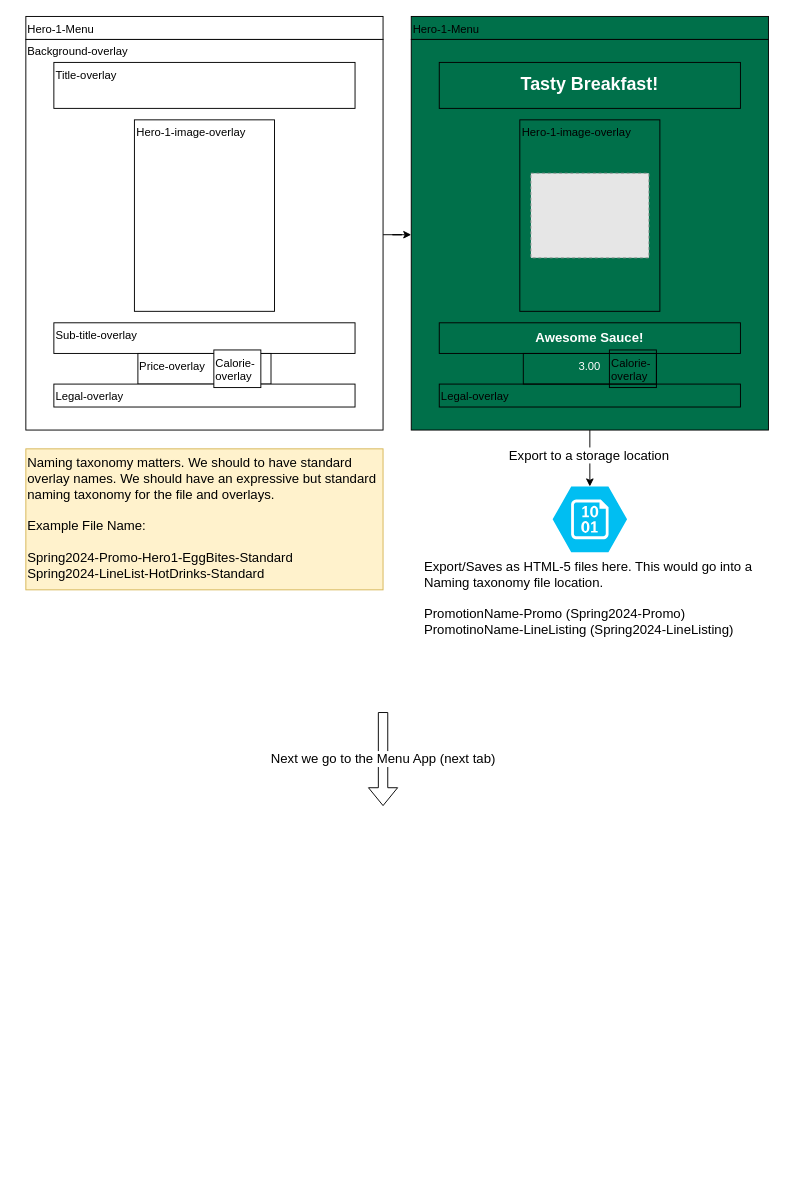
Before: page "Creative Ops Tool" (1 of 4) of digital.drawio in mc-ren/diagrams, a draw.io diagram. Source tidied: cells renumbered, new cells numbered last; positions are measured from the earlier drawing's top-left corner, leaving out a move shared by most shapes. Both pictures are drawn from the tidied source at 94%, with x=0, y=0 at pixel (25, 16). Pictures stored in the file or linked from it are replaced by grey dashed boxes.
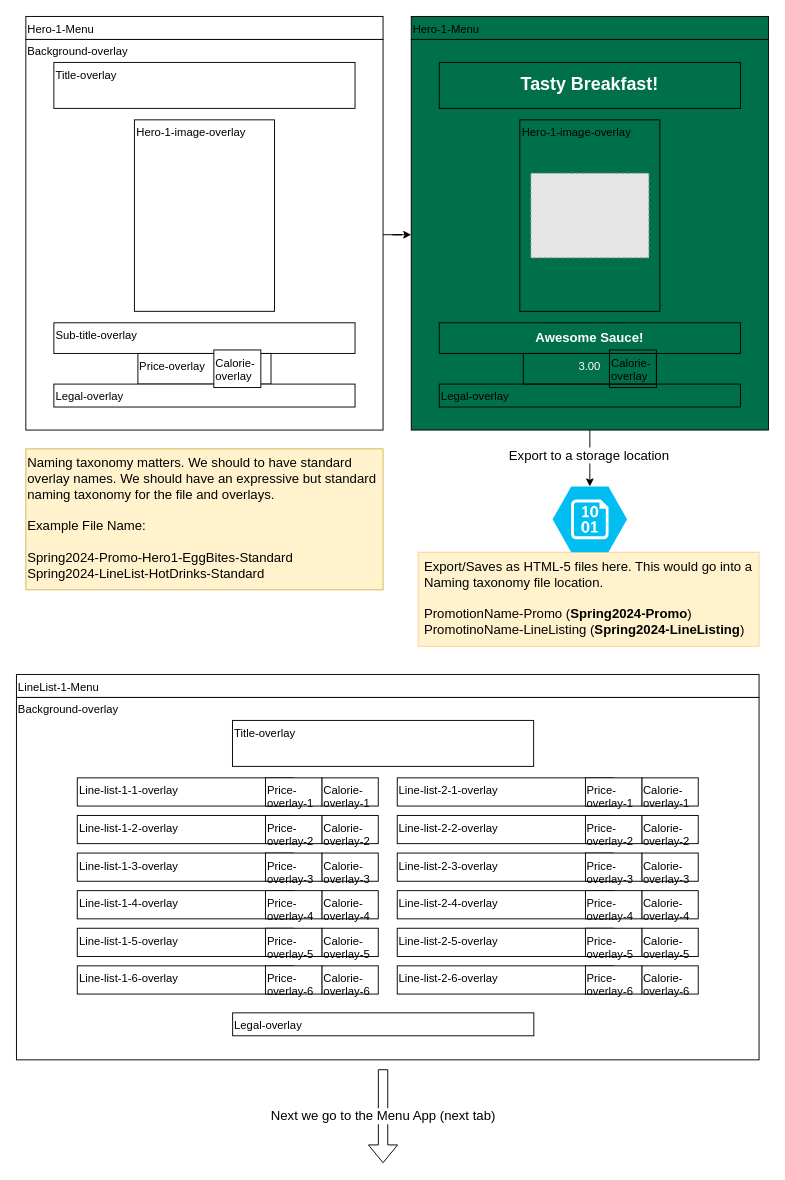
After the change.

What changed in the source:
```diff
@@
-    <mxCell id="22" value="&lt;font color=&quot;#000000&quot;&gt;Export/Saves as HTML-5 files here. This would go into a&amp;nbsp;&lt;br&gt;&lt;div style=&quot;text-align: left;&quot;&gt;&lt;span style=&quot;background-color: initial;&quot;&gt;Naming taxonomy file location.&lt;/span&gt;&lt;/div&gt;&lt;div style=&quot;text-align: left;&quot;&gt;&lt;span style=&quot;background-color: initial;&quot;&gt;&lt;br&gt;&lt;/span&gt;&lt;/div&gt;&lt;div style=&quot;text-align: left;&quot;&gt;&lt;span style=&quot;background-color: initial;&quot;&gt;PromotionName-Promo (Spring2024-Promo)&lt;/span&gt;&lt;/div&gt;&lt;div style=&quot;text-align: left;&quot;&gt;&lt;span style=&quot;background-color: initial;&quot;&gt;PromotinoName-LineListing (Spring2024-LineListing)&lt;/span&gt;&lt;/div&gt;&lt;/font&gt;" style="verticalLabelPosition=bottom;html=1;verticalAlign=top;align=center;strokeColor=none;fillColor=#00BEF2;shape=mxgraph.azure.storage_blob;fontSize=14;fontColor=#FFFFFF;" parent="1" vertex="1">
-      <mxGeometry x="560.4" y="500" width="79.2" height="70" as="geometry" />
-    </mxCell>
@@
     <mxCell id="24" value="Next we go to the Menu App (next tab)" style="shape=flexArrow;endArrow=classic;html=1;rounded=0;fontSize=14;fontColor=#000000;" parent="1" edge="1">
       <mxGeometry relative="1" as="geometry">
-        <mxPoint x="380" y="740" as="sourcePoint" />
-        <mxPoint x="380" y="840" as="targetPoint" />
+        <mxPoint x="380" y="1120" as="sourcePoint" />
+        <mxPoint x="380" y="1220" as="targetPoint" />
       </mxGeometry>
     </mxCell>
+    <mxCell id="25" value="Background-overlay" style="rounded=0;whiteSpace=wrap;html=1;verticalAlign=top;align=left;" parent="1" vertex="1">
+      <mxGeometry x="-10" y="724.4" width="790" height="385.6" as="geometry" />
+    </mxCell>
+    <mxCell id="26" value="Title-overlay" style="rounded=0;whiteSpace=wrap;html=1;verticalAlign=top;align=left;" parent="1" vertex="1">
+      <mxGeometry x="219.8" y="748.9" width="320.4" height="48.9" as="geometry" />
+    </mxCell>
+    <mxCell id="27" value="LineList-1-Menu" style="rounded=0;whiteSpace=wrap;html=1;verticalAlign=top;align=left;" parent="1" vertex="1">
+      <mxGeometry x="-10" y="700" width="790" height="24.4" as="geometry" />
+    </mxCell>
+    <mxCell id="28" value="Line-list-1-1-overlay" style="rounded=0;whiteSpace=wrap;html=1;verticalAlign=top;align=left;" parent="1" vertex="1">
+      <mxGeometry x="54.7" y="810" width="230" height="30" as="geometry" />
+    </mxCell>
+    <mxCell id="29" value="Legal-overlay" style="rounded=0;whiteSpace=wrap;html=1;verticalAlign=top;align=left;" parent="1" vertex="1">
+      <mxGeometry x="220" y="1060" width="320.4" height="24.4" as="geometry" />
+    </mxCell>
+    <mxCell id="30" value="Calorie-overlay-1" style="rounded=0;whiteSpace=wrap;html=1;verticalAlign=top;align=left;" parent="1" vertex="1">
+      <mxGeometry x="314.9" y="810" width="60" height="30" as="geometry" />
+    </mxCell>
+    <mxCell id="31" value="Price-overlay-1" style="rounded=0;whiteSpace=wrap;html=1;verticalAlign=top;align=left;" parent="1" vertex="1">
+      <mxGeometry x="254.9" y="810" width="60" height="30" as="geometry" />
+    </mxCell>
+    <mxCell id="32" value="Line-list-1-2-overlay" style="rounded=0;whiteSpace=wrap;html=1;verticalAlign=top;align=left;" parent="1" vertex="1">
+      <mxGeometry x="54.7" y="850" width="230" height="30" as="geometry" />
+    </mxCell>
+    <mxCell id="33" value="Calorie-overlay-2" style="rounded=0;whiteSpace=wrap;html=1;verticalAlign=top;align=left;" parent="1" vertex="1">
+      <mxGeometry x="314.9" y="850" width="60" height="30" as="geometry" />
+    </mxCell>
+    <mxCell id="34" value="Price-overlay-2" style="rounded=0;whiteSpace=wrap;html=1;verticalAlign=top;align=left;" parent="1" vertex="1">
+      <mxGeometry x="254.9" y="850" width="60" height="30" as="geometry" />
+    </mxCell>
+    <mxCell id="35" value="Line-list-1-3-overlay" style="rounded=0;whiteSpace=wrap;html=1;verticalAlign=top;align=left;" parent="1" vertex="1">
+      <mxGeometry x="54.7" y="890" width="230" height="30" as="geometry" />
+    </mxCell>
+    <mxCell id="36" value="Calorie-overlay-3" style="rounded=0;whiteSpace=wrap;html=1;verticalAlign=top;align=left;" parent="1" vertex="1">
+      <mxGeometry x="314.9" y="890" width="60" height="30" as="geometry" />
+    </mxCell>
+    <mxCell id="37" value="Price-overlay-3" style="rounded=0;whiteSpace=wrap;html=1;verticalAlign=top;align=left;" parent="1" vertex="1">
+      <mxGeometry x="254.9" y="890" width="60" height="30" as="geometry" />
+    </mxCell>
+    <mxCell id="38" value="Line-list-1-4-overlay" style="rounded=0;whiteSpace=wrap;html=1;verticalAlign=top;align=left;" parent="1" vertex="1">
+      <mxGeometry x="54.7" y="930" width="230" height="30" as="geometry" />
+    </mxCell>
+    <mxCell id="39" value="Calorie-overlay-4" style="rounded=0;whiteSpace=wrap;html=1;verticalAlign=top;align=left;" parent="1" vertex="1">
+      <mxGeometry x="314.9" y="930" width="60" height="30" as="geometry" />
+    </mxCell>
+    <mxCell id="40" value="Price-overlay-4" style="rounded=0;whiteSpace=wrap;html=1;verticalAlign=top;align=left;" parent="1" vertex="1">
+      <mxGeometry x="254.9" y="930" width="60" height="30" as="geometry" />
+    </mxCell>
+    <mxCell id="41" value="Line-list-1-5-overlay" style="rounded=0;whiteSpace=wrap;html=1;verticalAlign=top;align=left;" parent="1" vertex="1">
+      <mxGeometry x="54.7" y="970" width="230" height="30" as="geometry" />
+    </mxCell>
+    <mxCell id="42" value="Calorie-overlay-5" style="rounded=0;whiteSpace=wrap;html=1;verticalAlign=top;align=left;" parent="1" vertex="1">
+      <mxGeometry x="314.9" y="970" width="60" height="30" as="geometry" />
+    </mxCell>
+    <mxCell id="43" value="Price-overlay-5" style="rounded=0;whiteSpace=wrap;html=1;verticalAlign=top;align=left;" parent="1" vertex="1">
+      <mxGeometry x="254.9" y="970" width="60" height="30" as="geometry" />
+    </mxCell>
+    <mxCell id="44" value="Line-list-1-6-overlay" style="rounded=0;whiteSpace=wrap;html=1;verticalAlign=top;align=left;" parent="1" vertex="1">
+      <mxGeometry x="54.7" y="1010" width="230" height="30" as="geometry" />
+    </mxCell>
+    <mxCell id="45" style="rounded=0;whiteSpace=wrap;html=1;labelBackgroundColor=#FFFFFF;labelBorderColor=none;strokeColor=#FFCC99;fontSize=14;fontColor=#000000;fillColor=#FFF2CC;" parent="1" vertex="1">
+      <mxGeometry x="417.3" y="570" width="362.7" height="100" as="geometry" />
+    </mxCell>
+    <mxCell id="46" value="Calorie-overlay-6" style="rounded=0;whiteSpace=wrap;html=1;verticalAlign=top;align=left;" parent="1" vertex="1">
+      <mxGeometry x="314.9" y="1010" width="60" height="30" as="geometry" />
+    </mxCell>
+    <mxCell id="47" value="Price-overlay-6" style="rounded=0;whiteSpace=wrap;html=1;verticalAlign=top;align=left;" parent="1" vertex="1">
+      <mxGeometry x="254.9" y="1010" width="60" height="30" as="geometry" />
+    </mxCell>
+    <mxCell id="22" value="&lt;font style=&quot;&quot; color=&quot;#000000&quot;&gt;Export/Saves as HTML-5 files here. This would go into a&amp;nbsp;&lt;br&gt;&lt;div style=&quot;text-align: left;&quot;&gt;Naming taxonomy file location.&lt;/div&gt;&lt;div style=&quot;text-align: left;&quot;&gt;&lt;br&gt;&lt;/div&gt;&lt;div style=&quot;text-align: left;&quot;&gt;PromotionName-Promo (&lt;b&gt;Spring2024-Promo&lt;/b&gt;)&lt;/div&gt;&lt;div style=&quot;text-align: left;&quot;&gt;PromotinoName-LineListing (&lt;b&gt;Spring2024-LineListing&lt;/b&gt;)&lt;/div&gt;&lt;/font&gt;" style="verticalLabelPosition=bottom;html=1;verticalAlign=top;align=center;strokeColor=none;fillColor=#00BEF2;shape=mxgraph.azure.storage_blob;fontSize=14;fontColor=#FFFFFF;" parent="1" vertex="1">
+      <mxGeometry x="560.4" y="500" width="79.2" height="70" as="geometry" />
+    </mxCell>
+    <mxCell id="48" value="Line-list-2-1-overlay" style="rounded=0;whiteSpace=wrap;html=1;verticalAlign=top;align=left;" parent="1" vertex="1">
+      <mxGeometry x="395.1" y="810" width="230" height="30" as="geometry" />
+    </mxCell>
+    <mxCell id="49" value="Calorie-overlay-1" style="rounded=0;whiteSpace=wrap;html=1;verticalAlign=top;align=left;" parent="1" vertex="1">
+      <mxGeometry x="655.3" y="810" width="60" height="30" as="geometry" />
+    </mxCell>
+    <mxCell id="50" value="Price-overlay-1" style="rounded=0;whiteSpace=wrap;html=1;verticalAlign=top;align=left;" parent="1" vertex="1">
+      <mxGeometry x="595.3" y="810" width="60" height="30" as="geometry" />
+    </mxCell>
+    <mxCell id="51" value="Line-list-2-2-overlay" style="rounded=0;whiteSpace=wrap;html=1;verticalAlign=top;align=left;" parent="1" vertex="1">
+      <mxGeometry x="395.1" y="850" width="230" height="30" as="geometry" />
+    </mxCell>
+    <mxCell id="52" value="Calorie-overlay-2" style="rounded=0;whiteSpace=wrap;html=1;verticalAlign=top;align=left;" parent="1" vertex="1">
+      <mxGeometry x="655.3" y="850" width="60" height="30" as="geometry" />
+    </mxCell>
+    <mxCell id="53" value="Price-overlay-2" style="rounded=0;whiteSpace=wrap;html=1;verticalAlign=top;align=left;" parent="1" vertex="1">
+      <mxGeometry x="595.3" y="850" width="60" height="30" as="geometry" />
+    </mxCell>
+    <mxCell id="54" value="Line-list-2-3-overlay" style="rounded=0;whiteSpace=wrap;html=1;verticalAlign=top;align=left;" parent="1" vertex="1">
+      <mxGeometry x="395.1" y="890" width="230" height="30" as="geometry" />
+    </mxCell>
+    <mxCell id="55" value="Calorie-overlay-3" style="rounded=0;whiteSpace=wrap;html=1;verticalAlign=top;align=left;" parent="1" vertex="1">
+      <mxGeometry x="655.3" y="890" width="60" height="30" as="geometry" />
+    </mxCell>
+    <mxCell id="56" value="Price-overlay-3" style="rounded=0;whiteSpace=wrap;html=1;verticalAlign=top;align=left;" parent="1" vertex="1">
+      <mxGeometry x="595.3" y="890" width="60" height="30" as="geometry" />
+    </mxCell>
+    <mxCell id="57" value="Line-list-2-4-overlay" style="rounded=0;whiteSpace=wrap;html=1;verticalAlign=top;align=left;" parent="1" vertex="1">
+      <mxGeometry x="395.1" y="930" width="230" height="30" as="geometry" />
+    </mxCell>
+    <mxCell id="58" value="Calorie-overlay-4" style="rounded=0;whiteSpace=wrap;html=1;verticalAlign=top;align=left;" parent="1" vertex="1">
+      <mxGeometry x="655.3" y="930" width="60" height="30" as="geometry" />
+    </mxCell>
+    <mxCell id="59" value="Price-overlay-4" style="rounded=0;whiteSpace=wrap;html=1;verticalAlign=top;align=left;" parent="1" vertex="1">
+      <mxGeometry x="595.3" y="930" width="60" height="30" as="geometry" />
+    </mxCell>
+    <mxCell id="60" value="Line-list-2-5-overlay" style="rounded=0;whiteSpace=wrap;html=1;verticalAlign=top;align=left;" parent="1" vertex="1">
+      <mxGeometry x="395.1" y="970" width="230" height="30" as="geometry" />
+    </mxCell>
+    <mxCell id="61" value="Calorie-overlay-5" style="rounded=0;whiteSpace=wrap;html=1;verticalAlign=top;align=left;" parent="1" vertex="1">
+      <mxGeometry x="655.3" y="970" width="60" height="30" as="geometry" />
+    </mxCell>
+    <mxCell id="62" value="Price-overlay-5" style="rounded=0;whiteSpace=wrap;html=1;verticalAlign=top;align=left;" parent="1" vertex="1">
+      <mxGeometry x="595.3" y="970" width="60" height="30" as="geometry" />
+    </mxCell>
+    <mxCell id="63" value="Line-list-2-6-overlay" style="rounded=0;whiteSpace=wrap;html=1;verticalAlign=top;align=left;" parent="1" vertex="1">
+      <mxGeometry x="395.1" y="1010" width="230" height="30" as="geometry" />
+    </mxCell>
+    <mxCell id="64" value="Calorie-overlay-6" style="rounded=0;whiteSpace=wrap;html=1;verticalAlign=top;align=left;" parent="1" vertex="1">
+      <mxGeometry x="655.3" y="1010" width="60" height="30" as="geometry" />
+    </mxCell>
+    <mxCell id="65" value="Price-overlay-6" style="rounded=0;whiteSpace=wrap;html=1;verticalAlign=top;align=left;" parent="1" vertex="1">
+      <mxGeometry x="595.3" y="1010" width="60" height="30" as="geometry" />
+    </mxCell>
```
